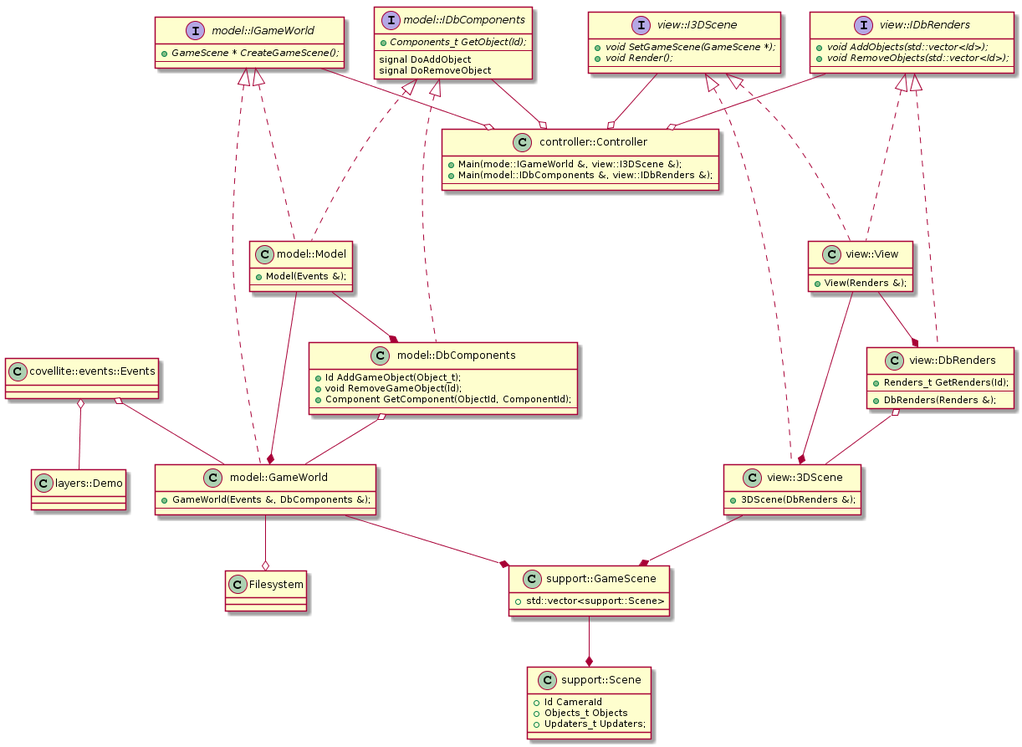
This is Covellitepp/ExampleDemo.classes.png from Unicornum/Unicornum.github.io, a PlantUML export, as it was before one commit. Source of this version:
```plantuml
@startuml
class Events as "covellite::events::Events"
{
}

class GuiPanels as "layers::Demo"
{
}

interface model_IScene as "model::IGameWorld"
{
  {abstract} + GameScene * CreateGameScene();
  ---
}

interface model_IComponents as "model::IDbComponents"
{
  {abstract} + Components_t GetObject(Id);
  ---
  signal DoAddObject
  signal DoRemoveObject
}

class model_Main as "model::Model"
{
  + Model(Events &);
  ---
}

class model_Components as "model::DbComponents"
{
  + Id AddGameObject(Object_t);
  + void RemoveGameObject(Id);
  + Component GetComponent(ObjectId, ComponentId);
  ---
}

class model_GameWorld as "model::GameWorld"
{
  + GameWorld(Events &, DbComponents &);
  ---
}

class model_GameScene as "support::GameScene"
{
  + std::vector<support::Scene>
}

class model_Scene as "support::Scene"
{
  + Id CameraId
  + Objects_t Objects
  + Updaters_t Updaters;
}

model_IComponents <|-.- model_Components
model_IComponents <|-.- model_Main
model_IScene <|-.- model_GameWorld
model_IScene <|-.- model_Main
model_Main --* model_Components
model_Main --* model_GameWorld
model_Components o-- model_GameWorld

model_GameWorld --o Filesystem
model_GameWorld --* model_GameScene

model_GameScene --* model_Scene

Events o-- model_GameWorld
Events o-- GuiPanels

interface view_IScene as "view::I3DScene"
{
  {abstract} + void SetGameScene(GameScene *);
  {abstract} + void Render();
  ---
}

interface view_IRenders as "view::IDbRenders"
{
  {abstract} + void AddObjects(std::vector<Id>);
  {abstract} + void RemoveObjects(std::vector<Id>);
  ---
}

class view_Main as "view::View"
{
  + View(Renders &);
}

class view_Renders as "view::DbRenders"
{
  + Renders_t GetRenders(Id);
  ---
  + DbRenders(Renders &);
}

class view_3DScene as "view::3DScene"
{
  + 3DScene(DbRenders &);
  ---
}

view_IRenders <|-.- view_Renders
view_IRenders <|-.- view_Main
view_IScene <|-.- view_3DScene
view_IScene <|-.- view_Main
view_Main --* view_Renders
view_Main --* view_3DScene
view_Renders o-- view_3DScene
view_3DScene --* model_GameScene

class controller_Main as "controller::Controller"
{
  + Main(mode::IGameWorld &, view::I3DScene &);
  + Main(model::IDbComponents &, view::IDbRenders &);
  ---
}

model_IScene --o controller_Main
model_IComponents --o controller_Main
view_IScene --o controller_Main
view_IRenders --o controller_Main
@enduml
```
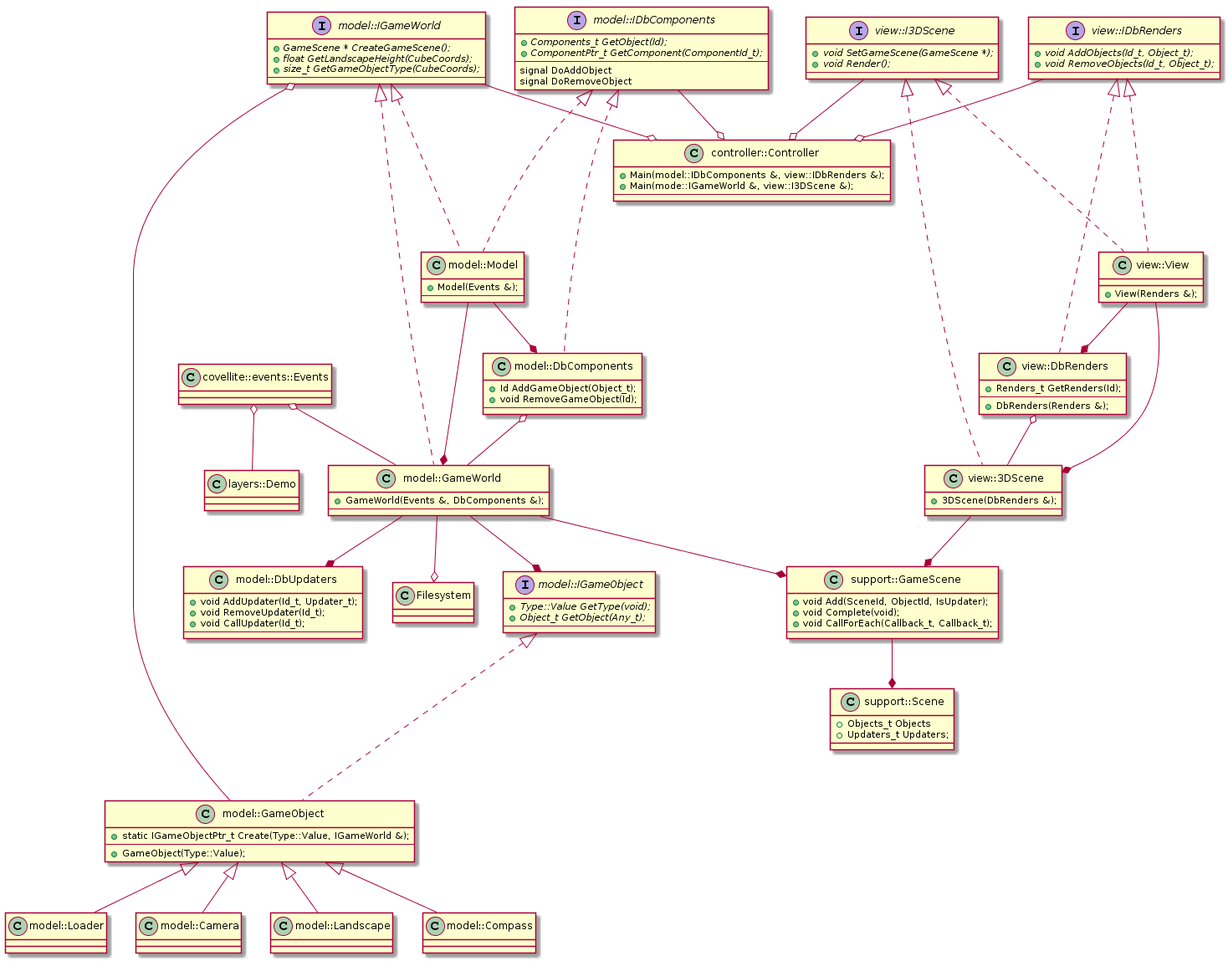
The same file after the commit.

Change to the diagram source:
```diff
@@ -7,15 +7,18 @@
 {
 }
 
-interface model_IScene as "model::IGameWorld"
+interface model_IGameWorld as "model::IGameWorld"
 {
   {abstract} + GameScene * CreateGameScene();
+  {abstract} + float GetLandscapeHeight(CubeCoords);
+  {abstract} + size_t GetGameObjectType(CubeCoords);
   ---
 }
 
 interface model_IComponents as "model::IDbComponents"
 {
   {abstract} + Components_t GetObject(Id);
+  {abstract} + ComponentPtr_t GetComponent(ComponentId_t);
   ---
   signal DoAddObject
   signal DoRemoveObject
@@ -31,8 +34,37 @@
 {
   + Id AddGameObject(Object_t);
   + void RemoveGameObject(Id);
-  + Component GetComponent(ObjectId, ComponentId);
   ---
+}
+
+interface model_IGameObject as "model::IGameObject"
+{
+  {abstract} + Type::Value GetType(void);
+  {abstract} + Object_t GetObject(Any_t);
+  ---
+}
+
+class model_GameObject as "model::GameObject"
+{
+  + static IGameObjectPtr_t Create(Type::Value, IGameWorld &);
+  ---
+  + GameObject(Type::Value);
+}
+
+class model_Loader as "model::Loader"
+{
+}
+
+class model_Camera as "model::Camera"
+{
+}
+
+class model_Landscape as "model::Landscape"
+{
+}
+
+class model_Compass as "model::Compass"
+{
 }
 
 class model_GameWorld as "model::GameWorld"
@@ -41,28 +73,47 @@
   ---
 }
 
+class model_DbUpdaters as "model::DbUpdaters"
+{
+  + void AddUpdater(Id_t, Updater_t);
+  + void RemoveUpdater(Id_t);
+  + void CallUpdater(Id_t);
+  ---
+}
+
 class model_GameScene as "support::GameScene"
 {
-  + std::vector<support::Scene>
+  + void Add(SceneId, ObjectId, IsUpdater);
+  + void Complete(void);
+  + void CallForEach(Callback_t, Callback_t);
+  ---
 }
 
 class model_Scene as "support::Scene"
 {
-  + Id CameraId
   + Objects_t Objects
   + Updaters_t Updaters;
 }
 
 model_IComponents <|-.- model_Components
 model_IComponents <|-.- model_Main
-model_IScene <|-.- model_GameWorld
-model_IScene <|-.- model_Main
+model_IGameWorld <|-.- model_GameWorld
+model_IGameWorld <|-.- model_Main
 model_Main --* model_Components
 model_Main --* model_GameWorld
 model_Components o-- model_GameWorld
 
+model_GameWorld --* model_IGameObject
 model_GameWorld --o Filesystem
+model_GameWorld --* model_DbUpdaters
 model_GameWorld --* model_GameScene
+
+model_IGameObject <|-.- model_GameObject
+model_IGameWorld o-- model_GameObject
+model_GameObject <|-- model_Loader
+model_GameObject <|-- model_Camera
+model_GameObject <|-- model_Landscape
+model_GameObject <|-- model_Compass
 
 model_GameScene --* model_Scene
 
@@ -78,8 +129,8 @@
 
 interface view_IRenders as "view::IDbRenders"
 {
-  {abstract} + void AddObjects(std::vector<Id>);
-  {abstract} + void RemoveObjects(std::vector<Id>);
+  {abstract} + void AddObjects(Id_t, Object_t);
+  {abstract} + void RemoveObjects(Id_t, Object_t);
   ---
 }
 
@@ -112,12 +163,12 @@
 
 class controller_Main as "controller::Controller"
 {
+  + Main(model::IDbComponents &, view::IDbRenders &);
   + Main(mode::IGameWorld &, view::I3DScene &);
-  + Main(model::IDbComponents &, view::IDbRenders &);
   ---
 }
 
-model_IScene --o controller_Main
+model_IGameWorld --o controller_Main
 model_IComponents --o controller_Main
 view_IScene --o controller_Main
 view_IRenders --o controller_Main
```
